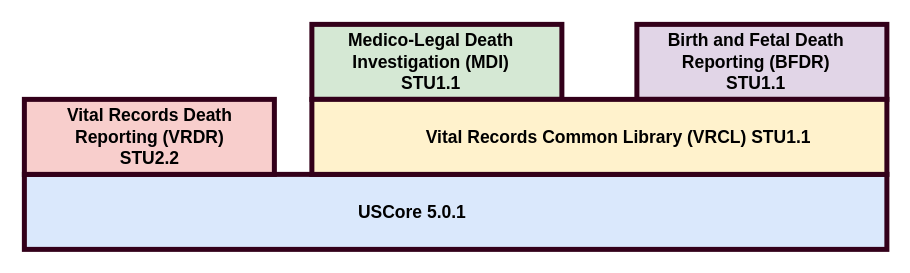
The draw.io diagram page "Current" (1 of 4) of input/images/HarmonizationPlan.drawio in HL7/vr-common-library, before the edit. Source tidied: cells renumbered, new cells numbered last; positions are measured from the earlier drawing's top-left corner, leaving out a move shared by most shapes. Both pictures are drawn from the tidied source at 125%, with x=0, y=0 at pixel (24, 24).
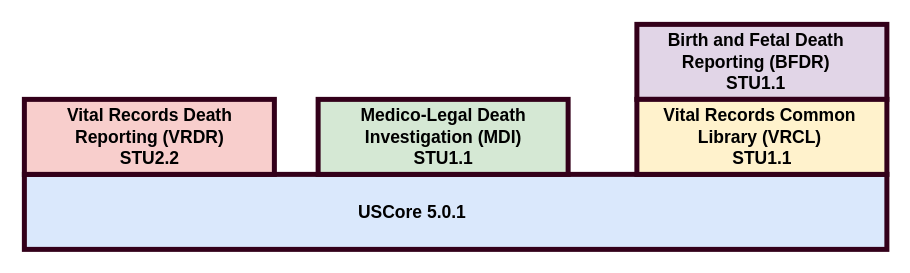
The same diagram, later.

Change to the diagram source:
```diff
@@
 <mxGraphModel>
   <root>
     <mxCell id="0" />
     <mxCell id="1" parent="0" />
     <mxCell id="2" style="rounded=0;whiteSpace=wrap;html=1;strokeWidth=4;fillColor=#dae8fc;strokeColor=#33001A;fontSize=14;" parent="1" vertex="1">
       <mxGeometry y="120" width="690" height="60" as="geometry" />
     </mxCell>
     <mxCell id="3" style="rounded=0;whiteSpace=wrap;html=1;strokeWidth=4;fillColor=#f8cecc;strokeColor=#33001A;fontSize=14;" parent="1" vertex="1">
       <mxGeometry y="60" width="200" height="60" as="geometry" />
     </mxCell>
     <mxCell id="4" style="rounded=0;whiteSpace=wrap;html=1;strokeWidth=4;fillColor=#d5e8d4;strokeColor=#33001A;fontSize=14;" parent="1" vertex="1">
-      <mxGeometry x="230" width="200" height="60" as="geometry" />
+      <mxGeometry x="235" y="60" width="200" height="60" as="geometry" />
     </mxCell>
     <mxCell id="5" style="rounded=0;whiteSpace=wrap;html=1;strokeWidth=4;fillColor=#e1d5e7;strokeColor=#33001A;fontSize=14;" parent="1" vertex="1">
       <mxGeometry x="490" width="200" height="60" as="geometry" />
     </mxCell>
     <mxCell id="6" style="rounded=0;whiteSpace=wrap;html=1;strokeWidth=4;fillColor=#fff2cc;strokeColor=#33001A;fontSize=14;" parent="1" vertex="1">
-      <mxGeometry x="230" y="60" width="460" height="60" as="geometry" />
+      <mxGeometry x="490" y="60" width="200" height="60" as="geometry" />
     </mxCell>
     <mxCell id="7" value="Vital Records Death &lt;br&gt;Reporting (VRDR)&lt;br style=&quot;font-size: 14px;&quot;&gt;STU2.2" style="text;html=1;align=center;verticalAlign=middle;strokeColor=none;fillColor=none;strokeWidth=4;fontStyle=1;fontSize=14;" parent="1" vertex="1">
       <mxGeometry x="20" y="60" width="160" height="60" as="geometry" />
     </mxCell>
     <mxCell id="8" value="Medico-Legal Death &lt;br&gt;Investigation (MDI)&lt;br style=&quot;font-size: 14px;&quot;&gt;STU1.1" style="text;html=1;align=center;verticalAlign=middle;strokeColor=none;fillColor=none;strokeWidth=4;fontStyle=1;fontSize=14;" parent="1" vertex="1">
-      <mxGeometry x="245" width="160" height="60" as="geometry" />
+      <mxGeometry x="255" y="60" width="160" height="60" as="geometry" />
     </mxCell>
     <mxCell id="9" value="Birth and Fetal Death &lt;br&gt;Reporting (BFDR)&lt;br style=&quot;font-size: 14px;&quot;&gt;STU1.1" style="text;html=1;align=center;verticalAlign=middle;strokeColor=none;fillColor=none;strokeWidth=4;fontStyle=1;fontSize=14;" parent="1" vertex="1">
       <mxGeometry x="505" width="160" height="60" as="geometry" />
     </mxCell>
-    <mxCell id="10" value="Vital Records Common Library (VRCL) STU1.1" style="text;html=1;align=center;verticalAlign=middle;strokeColor=none;fillColor=none;strokeWidth=4;fontStyle=1;fontSize=14;" parent="1" vertex="1">
-      <mxGeometry x="310" y="75" width="330" height="30" as="geometry" />
+    <mxCell id="10" value="Vital Records Common&amp;nbsp;&lt;div&gt;Library (VRCL)&amp;nbsp;&lt;/div&gt;&lt;div&gt;STU1.1&lt;/div&gt;" style="text;html=1;align=center;verticalAlign=middle;strokeColor=none;fillColor=none;strokeWidth=4;fontStyle=1;fontSize=14;" parent="1" vertex="1">
+      <mxGeometry x="505" y="60" width="170" height="60" as="geometry" />
     </mxCell>
     <mxCell id="11" value="USCore 5.0.1" style="text;html=1;align=center;verticalAlign=middle;strokeColor=none;fillColor=none;strokeWidth=4;fontStyle=1;fontSize=14;" parent="1" vertex="1">
       <mxGeometry x="255" y="135" width="110" height="30" as="geometry" />
     </mxCell>
   </root>
 </mxGraphModel>
```
